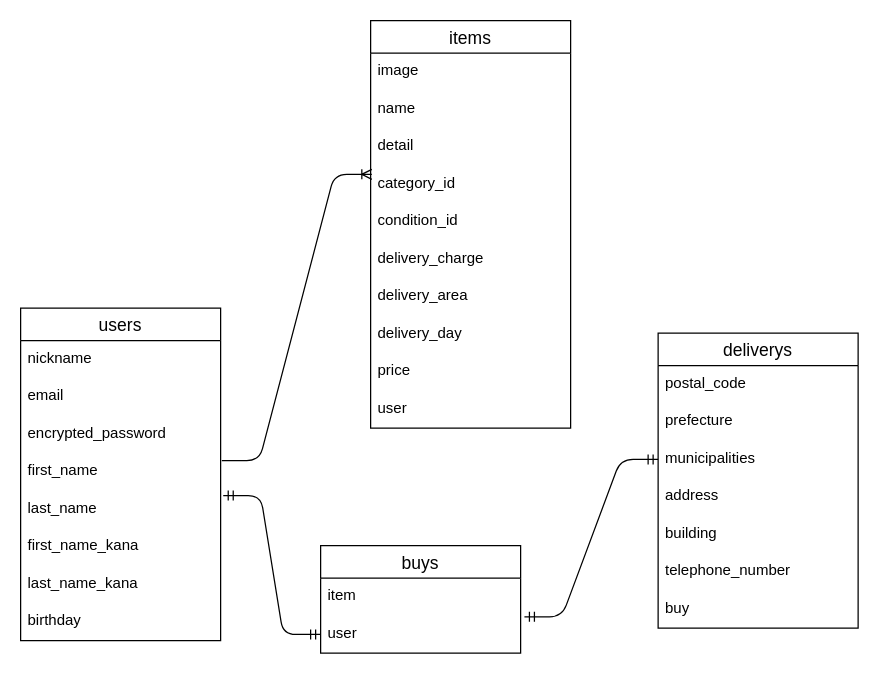
This is furima.dio from gafueru/furima-38756, a draw.io file, before an edit. Source tidied: cells renumbered, new cells numbered last; positions are measured from the earlier drawing's top-left corner, leaving out a move shared by most shapes. Both pictures are drawn from the tidied source at 125%, with x=0, y=0 at pixel (20, 20).
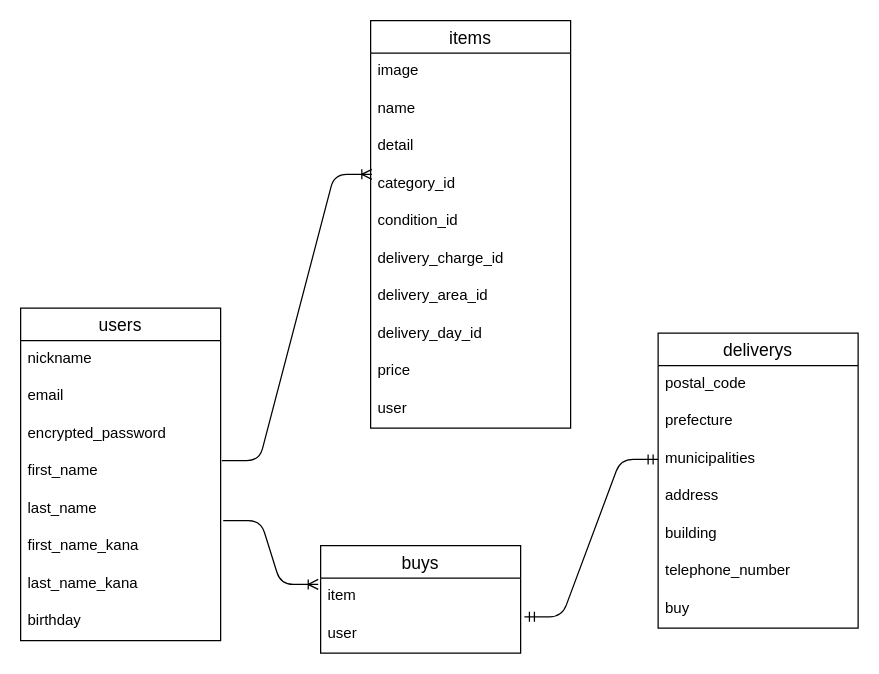
After the change.

Commit message (it also covers changes not shown here):
修正しました

Unchanged cells that the change refers to:
```xml
<mxCell id="7" value="last_name" style="text;strokeColor=none;fillColor=none;spacingLeft=4;spacingRight=4;overflow=hidden;points=[[0,0.5],[1,0.5]];portConstraint=eastwest;fontSize=12;" parent="2" vertex="1">
  <mxGeometry y="146" width="160" height="30" as="geometry" />
</mxCell>
<mxCell id="11" value="items" style="swimlane;fontStyle=0;horizontal=1;startSize=26;align=center;fontSize=14;" parent="1" vertex="1">
  <mxGeometry x="280" width="160" height="326" as="geometry" />
</mxCell>
<mxCell id="31" value="item" style="text;strokeColor=none;fillColor=none;spacingLeft=4;spacingRight=4;overflow=hidden;points=[[0,0.5],[1,0.5]];portConstraint=eastwest;fontSize=12;" parent="30" vertex="1">
  <mxGeometry y="26" width="160" height="30" as="geometry" />
</mxCell>
<mxCell id="32" value="user&#10;" style="text;strokeColor=none;fillColor=none;spacingLeft=4;spacingRight=4;overflow=hidden;points=[[0,0.5],[1,0.5]];portConstraint=eastwest;fontSize=12;" parent="30" vertex="1">
  <mxGeometry y="56" width="160" height="30" as="geometry" />
</mxCell>
```

Change to the diagram source:
```diff
@@
-    <mxCell id="17" value="delivery_charge" style="text;strokeColor=none;fillColor=none;spacingLeft=4;spacingRight=4;overflow=hidden;fontSize=12;" parent="11" vertex="1">
+    <mxCell id="17" value="delivery_charge_id" style="text;strokeColor=none;fillColor=none;spacingLeft=4;spacingRight=4;overflow=hidden;fontSize=12;" parent="11" vertex="1">
       <mxGeometry y="176" width="160" height="30" as="geometry" />
     </mxCell>
-    <mxCell id="18" value="delivery_area" style="text;strokeColor=none;fillColor=none;spacingLeft=4;spacingRight=4;overflow=hidden;fontSize=12;" parent="11" vertex="1">
+    <mxCell id="18" value="delivery_area_id" style="text;strokeColor=none;fillColor=none;spacingLeft=4;spacingRight=4;overflow=hidden;fontSize=12;" parent="11" vertex="1">
       <mxGeometry y="206" width="160" height="30" as="geometry" />
     </mxCell>
-    <mxCell id="19" value="delivery_day" style="text;strokeColor=none;fillColor=none;spacingLeft=4;spacingRight=4;overflow=hidden;fontSize=12;" parent="11" vertex="1">
+    <mxCell id="19" value="delivery_day_id" style="text;strokeColor=none;fillColor=none;spacingLeft=4;spacingRight=4;overflow=hidden;fontSize=12;" parent="11" vertex="1">
       <mxGeometry y="236" width="160" height="30" as="geometry" />
     </mxCell>
@@
-    <mxCell id="35" style="edgeStyle=entityRelationEdgeStyle;fontSize=12;html=1;endArrow=ERmandOne;startArrow=ERmandOne;targetPerimeterSpacing=0;strokeWidth=1;elbow=vertical;exitX=1.013;exitY=0.133;exitDx=0;exitDy=0;exitPerimeter=0;entryX=0;entryY=0.5;entryDx=0;entryDy=0;" parent="1" edge="1" source="7" target="32">
-      <mxGeometry relative="1" as="geometry" />
-    </mxCell>
+    <mxCell id="36" style="edgeStyle=entityRelationEdgeStyle;fontSize=12;html=1;endArrow=ERoneToMany;targetPerimeterSpacing=0;strokeWidth=1;elbow=vertical;exitX=1.013;exitY=0.8;exitDx=0;exitDy=0;exitPerimeter=0;entryX=-0.012;entryY=0.167;entryDx=0;entryDy=0;entryPerimeter=0;" parent="1" edge="1" source="7" target="31">
+      <mxGeometry relative="1" as="geometry" />
+    </mxCell>
```
